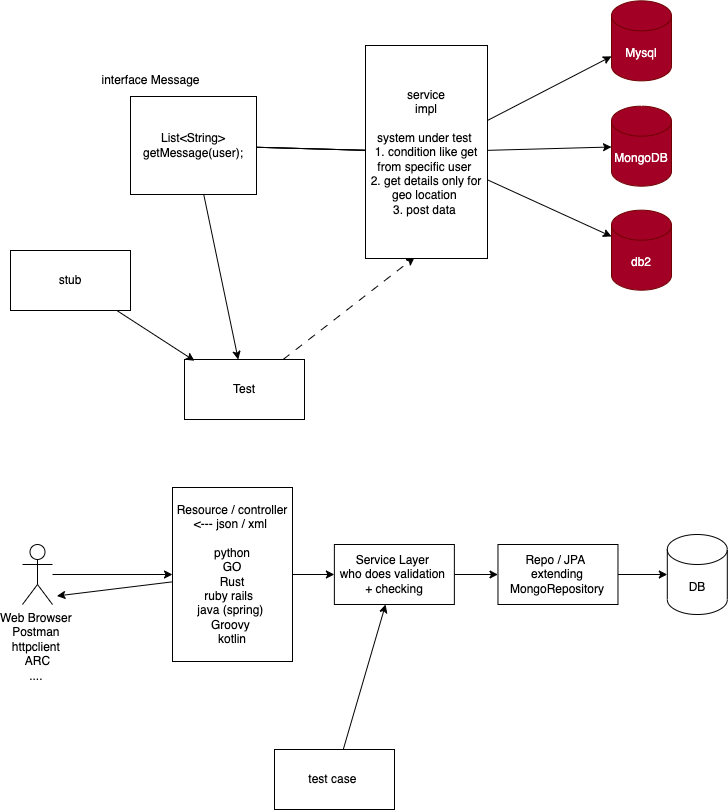
Earlier version of the draw.io export images/day2.drawio.png (adithnaveen/ibm-api-testing-jun-2023). Source tidied: cells renumbered, new cells last; positions are measured from the earlier drawing's top-left corner, leaving out a move shared by most shapes.
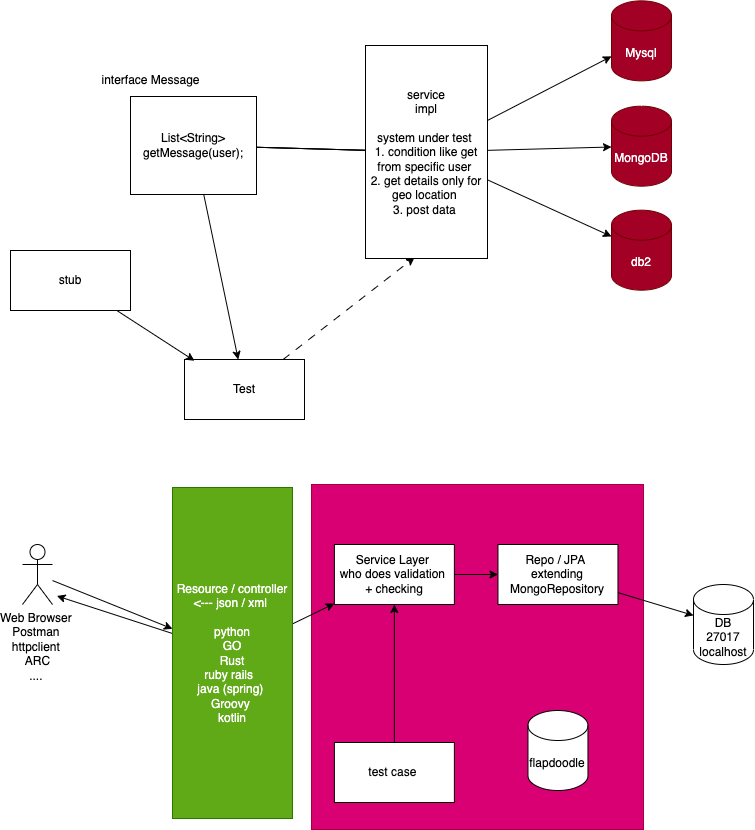
The same file after the commit.

The edit, as a diff of the source:
```diff
@@ -2,6 +2,9 @@
   <root>
     <mxCell id="0" />
     <mxCell id="1" parent="0" />
+    <mxCell id="31" style="rounded=0;whiteSpace=wrap;html=1;fillColor=#d80073;fontColor=#ffffff;strokeColor=#A50040;" parent="1" vertex="1">
+      <mxGeometry x="301" y="484" width="332" height="345" as="geometry" />
+    </mxCell>
     <mxCell id="2" style="edgeStyle=none;html=1;startArrow=none;" parent="1" edge="1" source="16" target="8">
       <mxGeometry relative="1" as="geometry" />
     </mxCell>
@@ -67,8 +70,8 @@
         <mxPoint x="46.4" y="595.5" as="targetPoint" />
       </mxGeometry>
     </mxCell>
-    <mxCell id="23" value="Resource / controller&lt;br&gt;&amp;lt;--- json / xml&amp;nbsp;&lt;br&gt;&lt;br&gt;python&lt;br&gt;GO&lt;br&gt;Rust&lt;br&gt;ruby rails&amp;nbsp;&amp;nbsp;&lt;br&gt;java (spring)&amp;nbsp;&lt;br&gt;Groovy&amp;nbsp;&lt;br&gt;kotlin" style="rounded=0;whiteSpace=wrap;html=1;" parent="1" vertex="1">
-      <mxGeometry x="162" y="487" width="120" height="174" as="geometry" />
+    <mxCell id="23" value="Resource / controller&lt;br&gt;&amp;lt;--- json / xml&amp;nbsp;&lt;br&gt;&lt;br&gt;python&lt;br&gt;GO&lt;br&gt;Rust&lt;br&gt;ruby rails&amp;nbsp;&amp;nbsp;&lt;br&gt;java (spring)&amp;nbsp;&lt;br&gt;Groovy&amp;nbsp;&lt;br&gt;kotlin" style="rounded=0;whiteSpace=wrap;html=1;fillColor=#60a917;fontColor=#ffffff;strokeColor=#2D7600;" parent="1" vertex="1">
+      <mxGeometry x="162" y="487" width="120" height="331" as="geometry" />
     </mxCell>
     <mxCell id="24" style="edgeStyle=none;html=1;" parent="1" edge="1" source="25" target="27">
       <mxGeometry relative="1" as="geometry" />
@@ -82,14 +85,17 @@
     <mxCell id="27" value="Repo / JPA&amp;nbsp;&lt;br&gt;extending MongoRepository" style="rounded=0;whiteSpace=wrap;html=1;" parent="1" vertex="1">
       <mxGeometry x="487.5" y="544" width="120" height="60" as="geometry" />
     </mxCell>
-    <mxCell id="28" value="DB" style="shape=cylinder3;whiteSpace=wrap;html=1;boundedLbl=1;backgroundOutline=1;size=15;" parent="1" vertex="1">
-      <mxGeometry x="656.8" y="534" width="60" height="80" as="geometry" />
+    <mxCell id="28" value="DB&lt;br&gt;27017&lt;br&gt;localhost" style="shape=cylinder3;whiteSpace=wrap;html=1;boundedLbl=1;backgroundOutline=1;size=15;" parent="1" vertex="1">
+      <mxGeometry x="683" y="584" width="60" height="80" as="geometry" />
     </mxCell>
     <mxCell id="29" style="edgeStyle=none;html=1;" parent="1" edge="1" source="30" target="25">
       <mxGeometry relative="1" as="geometry" />
     </mxCell>
     <mxCell id="30" value="test case&amp;nbsp;" style="rounded=0;whiteSpace=wrap;html=1;" parent="1" vertex="1">
-      <mxGeometry x="264" y="749" width="120" height="60" as="geometry" />
+      <mxGeometry x="323.9" y="742" width="120" height="60" as="geometry" />
     </mxCell>
+    <mxCell id="32" value="&lt;span style=&quot;&quot;&gt;flapdoodle&lt;/span&gt;" style="shape=cylinder3;whiteSpace=wrap;html=1;boundedLbl=1;backgroundOutline=1;size=15;" parent="1" vertex="1">
+      <mxGeometry x="517.5" y="710" width="60" height="80" as="geometry" />
+    </mxCell>
   </root>
 </mxGraphModel>
```
